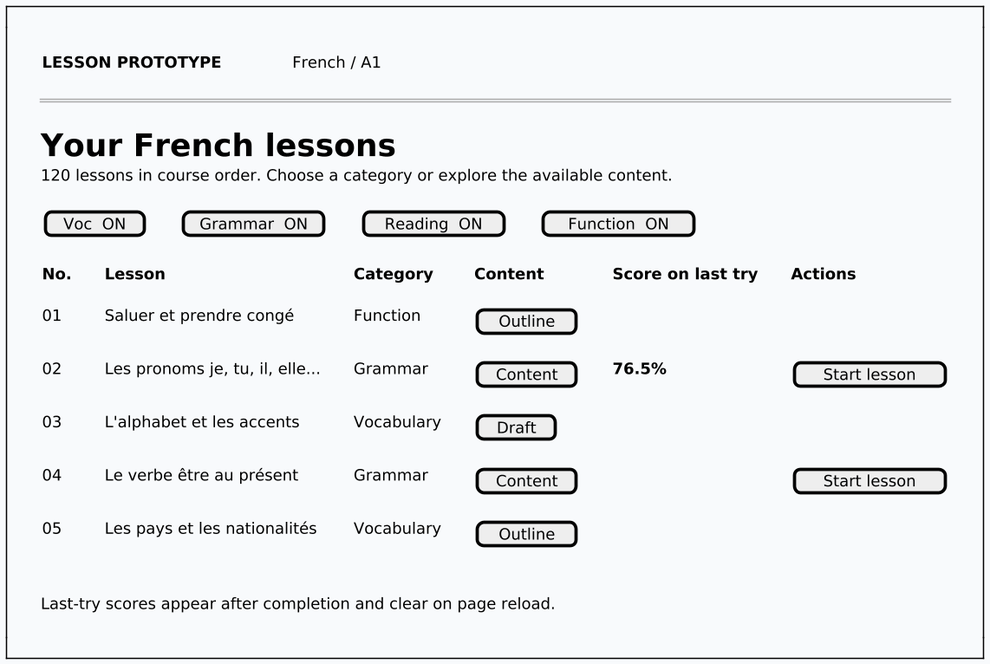
Earlier version of the PlantUML export docs/mockups/01-lesson-overview/index/lesson-index.png (bastian-schnitzler/lesson_prototype).
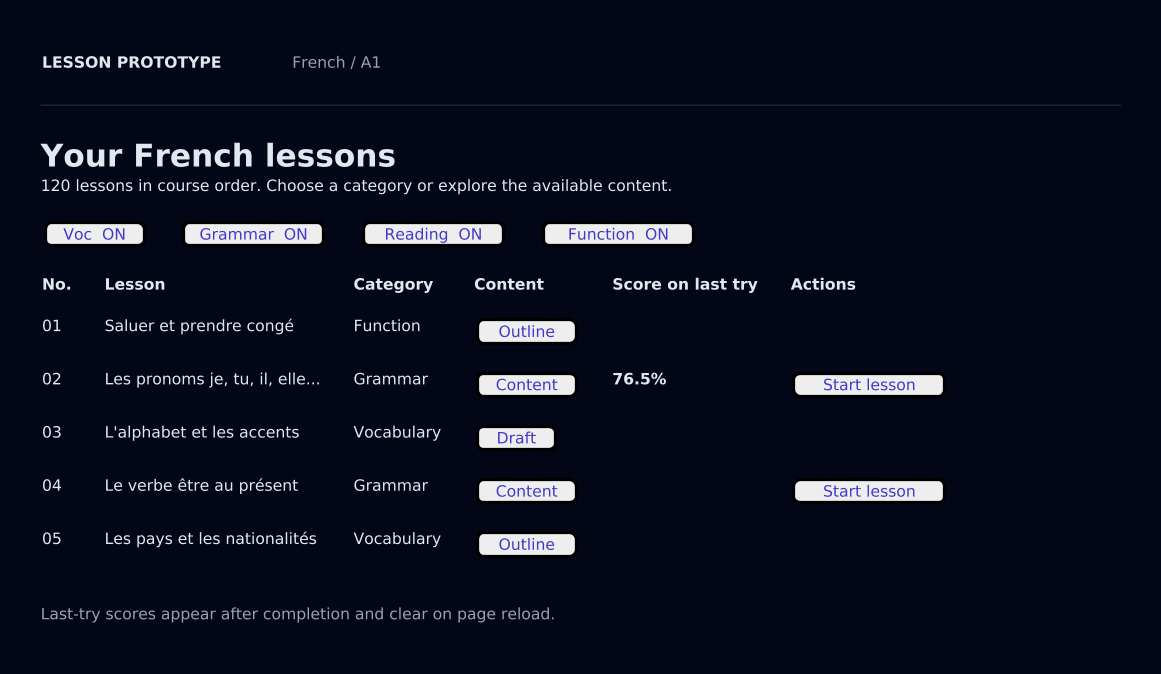
Above is the later version.

Change to the diagram source:
```diff
@@ -1,39 +1,40 @@
 @startsalt
-skinparam backgroundColor #F8FAFC
+skinparam backgroundColor #020617
 skinparam defaultFontName SansSerif
 skinparam defaultFontSize 15
-scale 1.5
-{+
+skinparam defaultFontColor #E2E8F0
+scale 1.3
+{
   .
-  { <color:#F8FAFC>xxx</color> | {
+  { <color:#020617>xxx</color> | {
   .
-  { <b>LESSON PROTOTYPE</b> | <color:#F8FAFC>xxx</color> | . | <color:#F8FAFC>xxx</color> | French / A1 }
+  { <color:#E2E8F0><b>LESSON PROTOTYPE</b></color> | <color:#020617>xxx</color> | . | <color:#020617>xxx</color> | <color:#94A3B8>French / A1</color> }
   .
-  ==
+  <color:#1E293B>───────────────────────────────────────────────────────────────────────────────────────────────────────────────────</color>
   .
-  <size:24><b>Your French lessons</b></size>
-  120 lessons in course order. Choose a category or explore the available content.
+  <color:#E2E8F0><size:24><b>Your French lessons</b></size></color>
+  <color:#E2E8F0>120 lessons in course order. Choose a category or explore the available content.</color>
   .
-  { [ Voc  ON ] | <color:#F8FAFC>xxx</color> | [ Grammar  ON ] | <color:#F8FAFC>xxx</color> | [ Reading  ON ] | <color:#F8FAFC>xxx</color> | [ Function  ON ] }
+  { [ <color:#4338CA>Voc  ON</color> ] | <color:#020617>xxx</color> | [ <color:#4338CA>Grammar  ON</color> ] | <color:#020617>xxx</color> | [ <color:#4338CA>Reading  ON</color> ] | <color:#020617>xxx</color> | [ <color:#4338CA>Function  ON</color> ] }
   .
   {
-    <b>No.</b> | <color:#F8FAFC>xxx</color> | <b>Lesson</b> | <color:#F8FAFC>xxx</color> | <b>Category</b> | <color:#F8FAFC>xxx</color> | <b>Content</b> | <color:#F8FAFC>xxx</color> | <b>Score on last try</b> | <color:#F8FAFC>xxx</color> | <b>Actions</b>
-    . | <color:#F8FAFC>xxx</color> | . | <color:#F8FAFC>xxx</color> | . | <color:#F8FAFC>xxx</color> | . | <color:#F8FAFC>xxx</color> | . | <color:#F8FAFC>xxx</color> | .
-    01 | <color:#F8FAFC>xxx</color> | Saluer et prendre congé | <color:#F8FAFC>xxx</color> | Function | <color:#F8FAFC>xxx</color> | [ Outline ] | <color:#F8FAFC>xxx</color> | . | <color:#F8FAFC>xxx</color> | .
-    . | <color:#F8FAFC>xxx</color> | . | <color:#F8FAFC>xxx</color> | . | <color:#F8FAFC>xxx</color> | . | <color:#F8FAFC>xxx</color> | . | <color:#F8FAFC>xxx</color> | .
-    02 | <color:#F8FAFC>xxx</color> | Les pronoms je, tu, il, elle... | <color:#F8FAFC>xxx</color> | Grammar | <color:#F8FAFC>xxx</color> | [ Content ] | <color:#F8FAFC>xxx</color> | <b>76.5%</b> | <color:#F8FAFC>xxx</color> | [ Start lesson ]
-    . | <color:#F8FAFC>xxx</color> | . | <color:#F8FAFC>xxx</color> | . | <color:#F8FAFC>xxx</color> | . | <color:#F8FAFC>xxx</color> | . | <color:#F8FAFC>xxx</color> | .
-    03 | <color:#F8FAFC>xxx</color> | L'alphabet et les accents | <color:#F8FAFC>xxx</color> | Vocabulary | <color:#F8FAFC>xxx</color> | [ Draft ] | <color:#F8FAFC>xxx</color> | . | <color:#F8FAFC>xxx</color> | .
-    . | <color:#F8FAFC>xxx</color> | . | <color:#F8FAFC>xxx</color> | . | <color:#F8FAFC>xxx</color> | . | <color:#F8FAFC>xxx</color> | . | <color:#F8FAFC>xxx</color> | .
-    04 | <color:#F8FAFC>xxx</color> | Le verbe être au présent | <color:#F8FAFC>xxx</color> | Grammar | <color:#F8FAFC>xxx</color> | [ Content ] | <color:#F8FAFC>xxx</color> | . | <color:#F8FAFC>xxx</color> | [ Start lesson ]
-    . | <color:#F8FAFC>xxx</color> | . | <color:#F8FAFC>xxx</color> | . | <color:#F8FAFC>xxx</color> | . | <color:#F8FAFC>xxx</color> | . | <color:#F8FAFC>xxx</color> | .
-    05 | <color:#F8FAFC>xxx</color> | Les pays et les nationalités | <color:#F8FAFC>xxx</color> | Vocabulary | <color:#F8FAFC>xxx</color> | [ Outline ] | <color:#F8FAFC>xxx</color> | . | <color:#F8FAFC>xxx</color> | .
-    . | <color:#F8FAFC>xxx</color> | . | <color:#F8FAFC>xxx</color> | . | <color:#F8FAFC>xxx</color> | . | <color:#F8FAFC>xxx</color> | . | <color:#F8FAFC>xxx</color> | .
-  }
+    <color:#E2E8F0><b>No.</b></color> | <color:#020617>xxx</color> | <color:#E2E8F0><b>Lesson</b></color> | <color:#020617>xxx</color> | <color:#E2E8F0><b>Category</b></color> | <color:#020617>xxx</color> | <color:#E2E8F0><b>Content</b></color> | <color:#020617>xxx</color> | <color:#E2E8F0><b>Score on last try</b></color> | <color:#020617>xxx</color> | <color:#E2E8F0><b>Actions</b></color>
+    . | <color:#020617>xxx</color> | . | <color:#020617>xxx</color> | . | <color:#020617>xxx</color> | . | <color:#020617>xxx</color> | . | <color:#020617>xxx</color> | .
+    <color:#E2E8F0>01</color> | <color:#020617>xxx</color> | <color:#E2E8F0>Saluer et prendre congé</color> | <color:#020617>xxx</color> | <color:#E2E8F0>Function</color> | <color:#020617>xxx</color> | [ <color:#4338CA>Outline</color> ] | <color:#020617>xxx</color> | . | <color:#020617>xxx</color> | .
+    . | <color:#020617>xxx</color> | . | <color:#020617>xxx</color> | . | <color:#020617>xxx</color> | . | <color:#020617>xxx</color> | . | <color:#020617>xxx</color> | .
+    <color:#E2E8F0>02</color> | <color:#020617>xxx</color> | <color:#E2E8F0>Les pronoms je, tu, il, elle...</color> | <color:#020617>xxx</color> | <color:#E2E8F0>Grammar</color> | <color:#020617>xxx</color> | [ <color:#4338CA>Content</color> ] | <color:#020617>xxx</color> | <color:#E2E8F0><b>76.5%</b></color> | <color:#020617>xxx</color> | [ <color:#4338CA>Start lesson</color> ]
+    . | <color:#020617>xxx</color> | . | <color:#020617>xxx</color> | . | <color:#020617>xxx</color> | . | <color:#020617>xxx</color> | . | <color:#020617>xxx</color> | .
+    <color:#E2E8F0>03</color> | <color:#020617>xxx</color> | <color:#E2E8F0>L'alphabet et les accents</color> | <color:#020617>xxx</color> | <color:#E2E8F0>Vocabulary</color> | <color:#020617>xxx</color> | [ <color:#4338CA>Draft</color> ] | <color:#020617>xxx</color> | . | <color:#020617>xxx</color> | .
+    . | <color:#020617>xxx</color> | . | <color:#020617>xxx</color> | . | <color:#020617>xxx</color> | . | <color:#020617>xxx</color> | . | <color:#020617>xxx</color> | .
+    <color:#E2E8F0>04</color> | <color:#020617>xxx</color> | <color:#E2E8F0>Le verbe être au présent</color> | <color:#020617>xxx</color> | <color:#E2E8F0>Grammar</color> | <color:#020617>xxx</color> | [ <color:#4338CA>Content</color> ] | <color:#020617>xxx</color> | . | <color:#020617>xxx</color> | [ <color:#4338CA>Start lesson</color> ]
+    . | <color:#020617>xxx</color> | . | <color:#020617>xxx</color> | . | <color:#020617>xxx</color> | . | <color:#020617>xxx</color> | . | <color:#020617>xxx</color> | .
+    <color:#E2E8F0>05</color> | <color:#020617>xxx</color> | <color:#E2E8F0>Les pays et les nationalités</color> | <color:#020617>xxx</color> | <color:#E2E8F0>Vocabulary</color> | <color:#020617>xxx</color> | [ <color:#4338CA>Outline</color> ] | <color:#020617>xxx</color> | . | <color:#020617>xxx</color> | .
+    . | <color:#020617>xxx</color> | . | <color:#020617>xxx</color> | . | <color:#020617>xxx</color> | . | <color:#020617>xxx</color> | . | <color:#020617>xxx</color> | .
+   }
   .
-  Last-try scores appear after completion and clear on page reload.
+  <color:#94A3B8>Last-try scores appear after completion and clear on page reload.</color>
   .
-  } | <color:#F8FAFC>xxx</color> }
+   } | <color:#020617>xxx</color> }
   .
-}
+ }
 @endsalt
```
